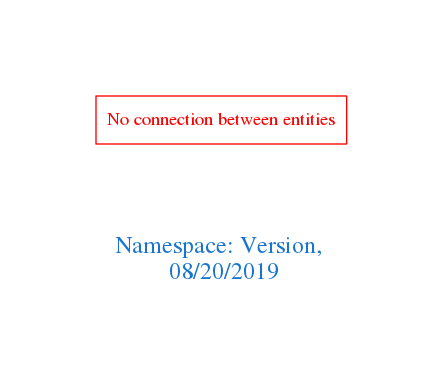
arago/OGIT keeps this Graphviz diagram as downloads/Version.png. Above is the earlier version. Its source is kept beside it as downloads/Version.dot.
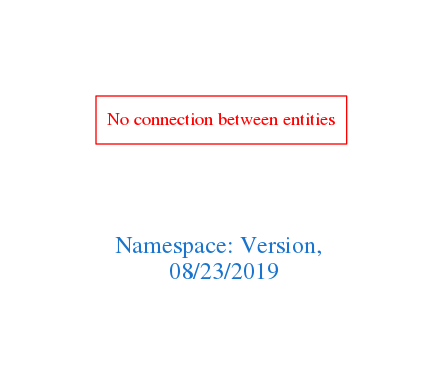
Above is the later version.

What changed in the source:
```diff
@@ -1,7 +1,7 @@
 digraph OGIT_ontology {
  graph [ rankdir= LR,pad=1
 fontsize = 18,
-fontcolor= dodgerblue3,label = "\n\n\nNamespace: Version, \n 08/20/2019"];
+fontcolor= dodgerblue3,label = "\n\n\nNamespace: Version, \n 08/23/2019"];
 node[shape=polygon];
 edge [  color="gray81"];
 
```
